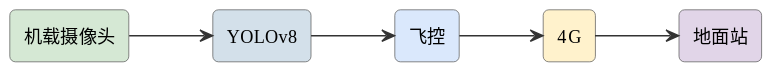
The PlantUML diagram assets/diagrams/ideas-fig39.svg in mingyi0818/IntelligentMcuCourse, before a commit.
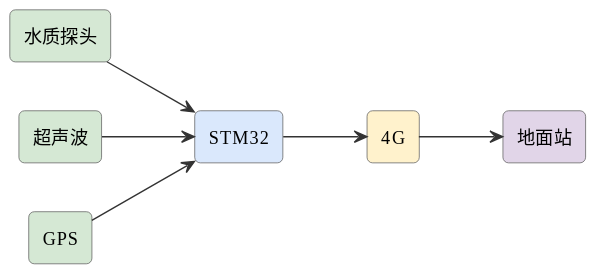
After the commit.

Change to the diagram source:
```diff
@@ -6,13 +6,15 @@
 skinparam arrowFontSize 11
 skinparam arrowColor #333
 left to right direction
-rectangle "机载摄像头" as cam #d5e8d4
-rectangle "YOLOv8" as ai #d3e0ea
-rectangle "飞控" as fc #dae8fc
+rectangle "水质探头" as probe #d5e8d4
+rectangle "STM32" as stm #dae8fc
+rectangle "超声波" as ult #d5e8d4
+rectangle "GPS" as gps #d5e8d4
 rectangle "4G" as g #fff2cc
 rectangle "地面站" as gs #e1d5e8
-cam --> ai
-ai --> fc
-fc --> g
+probe --> stm
+ult --> stm
+gps --> stm
+stm --> g
 g --> gs
 @enduml
```
